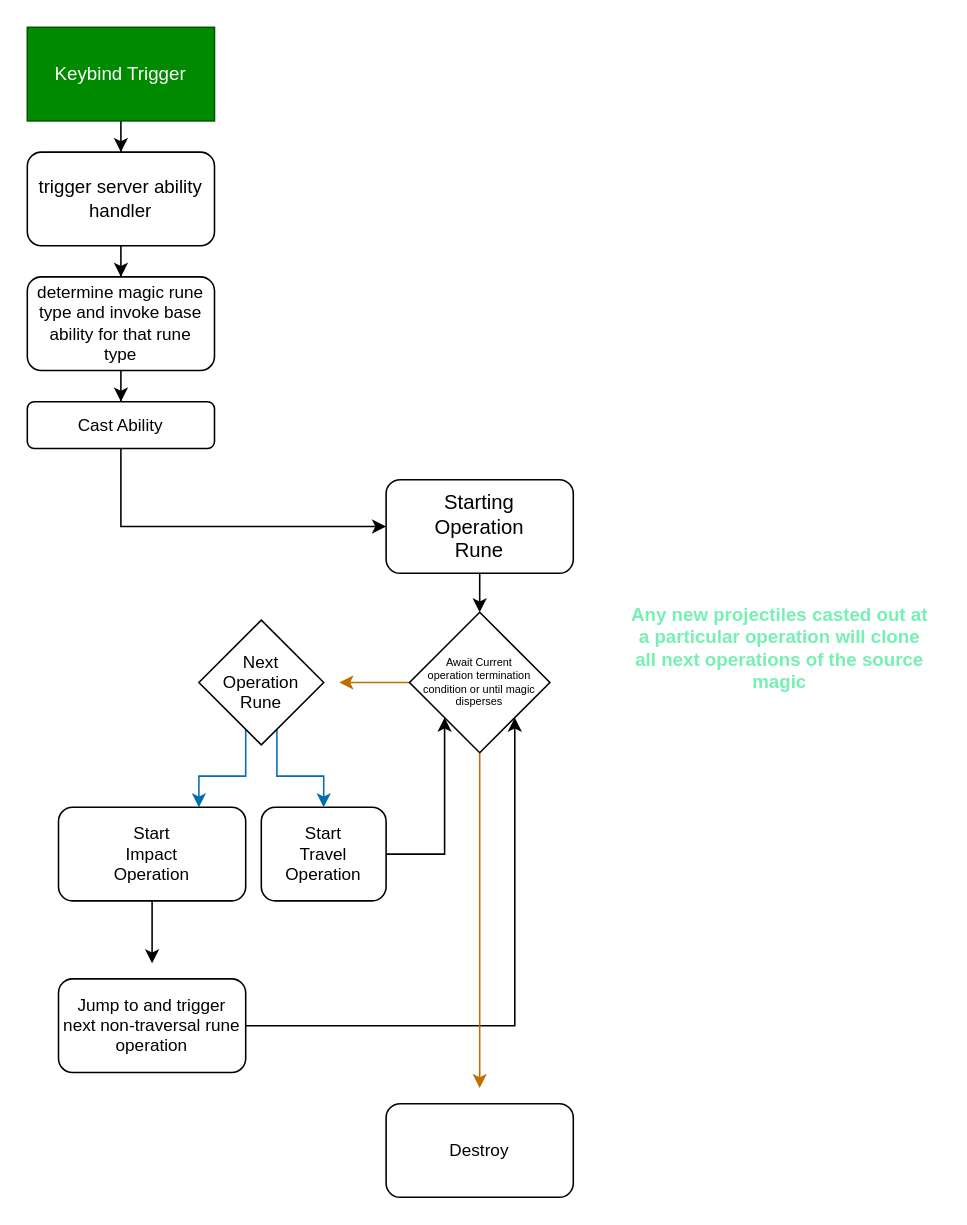
The draw.io diagram MagicSystemImplementation.drawio in SPOOKEXE/RPGSeries_MagicSystem, before the edit. Source tidied: cells renumbered, new cells numbered last; positions are measured from the earlier drawing's top-left corner, leaving out a move shared by most shapes. Both pictures are drawn from the tidied source at 156%, with x=0, y=0 at pixel (27, 27).
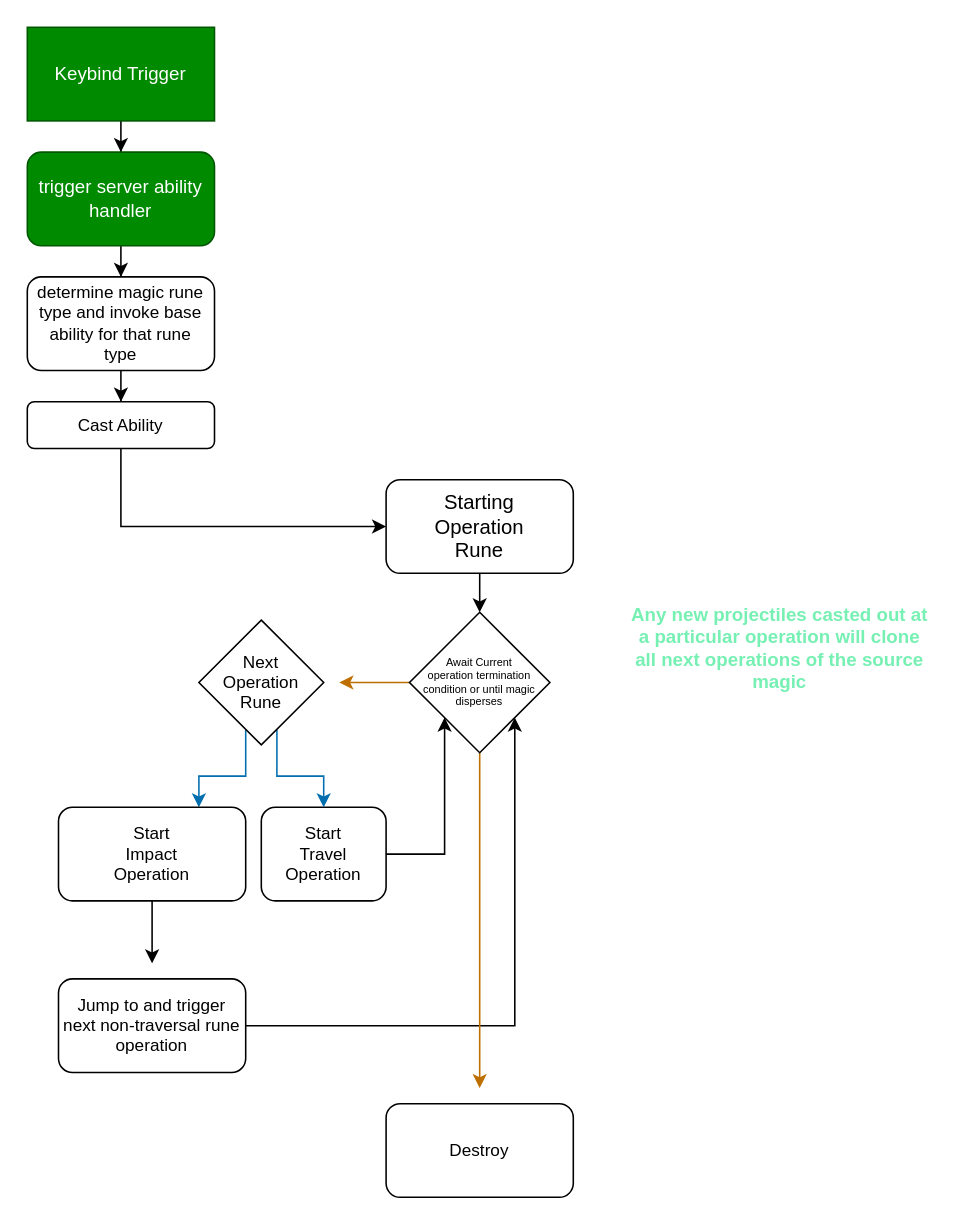
After the change.

Change to the diagram source:
```diff
@@
-    <mxCell id="5" value="trigger server ability handler" style="rounded=1;whiteSpace=wrap;html=1;" parent="1" vertex="1">
+    <mxCell id="5" value="trigger server ability handler" style="rounded=1;whiteSpace=wrap;html=1;fillColor=#008a00;fontColor=#ffffff;strokeColor=#005700;" parent="1" vertex="1">
       <mxGeometry y="80" width="120" height="60" as="geometry" />
     </mxCell>
```
